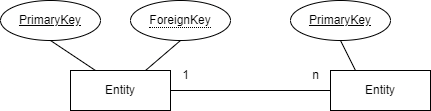
LakayFTW/exam-prep-fiae-2023 keeps this draw.io diagram as img/ERM/OneToMany.png. Above is the earlier version. Source tidied: cells renumbered, new cells last; positions are measured from the earlier drawing's top-left corner, leaving out a move shared by most shapes. The source it was exported from:
```xml
<mxGraphModel>
  <root>
    <mxCell id="0" />
    <mxCell id="1" parent="0" />
    <mxCell id="2" value="Entity" style="whiteSpace=wrap;html=1;align=center;" parent="1" vertex="1">
      <mxGeometry x="70" y="70" width="100" height="40" as="geometry" />
    </mxCell>
    <mxCell id="3" style="rounded=0;jettySize=auto;html=1;exitX=0.5;exitY=1;exitDx=0;exitDy=0;entryX=0.25;entryY=0;entryDx=0;entryDy=0;endArrow=none;endFill=0;" parent="1" edge="1" source="4" target="2">
      <mxGeometry relative="1" as="geometry" />
    </mxCell>
    <mxCell id="4" value="PrimaryKey" style="ellipse;whiteSpace=wrap;html=1;align=center;fontStyle=4;" parent="1" vertex="1">
      <mxGeometry width="100" height="40" as="geometry" />
    </mxCell>
    <mxCell id="5" style="rounded=0;jettySize=auto;html=1;exitX=0.5;exitY=1;exitDx=0;exitDy=0;entryX=0.75;entryY=0;entryDx=0;entryDy=0;endArrow=none;endFill=0;" parent="1" edge="1" source="6" target="2">
      <mxGeometry relative="1" as="geometry" />
    </mxCell>
    <mxCell id="6" value="&lt;span style=&quot;border-bottom: 1px dotted&quot;&gt;ForeignKey&lt;/span&gt;" style="ellipse;whiteSpace=wrap;html=1;align=center;" parent="1" vertex="1">
      <mxGeometry x="130" width="100" height="40" as="geometry" />
    </mxCell>
    <mxCell id="7" value="Entity" style="whiteSpace=wrap;html=1;align=center;" parent="1" vertex="1">
      <mxGeometry x="330" y="70" width="100" height="40" as="geometry" />
    </mxCell>
    <mxCell id="8" style="rounded=0;jettySize=auto;html=1;exitX=0.5;exitY=1;exitDx=0;exitDy=0;entryX=0.25;entryY=0;entryDx=0;entryDy=0;endArrow=none;endFill=0;" parent="1" edge="1" source="12" target="7">
      <mxGeometry relative="1" as="geometry" />
    </mxCell>
    <mxCell id="9" style="endArrow=none;html=1;rounded=0;" parent="1" edge="1" source="2" target="7">
      <mxGeometry relative="1" as="geometry" />
    </mxCell>
    <mxCell id="10" value="1" style="text;html=1;align=center;verticalAlign=middle;strokeColor=none;fillColor=none;" parent="1" vertex="1">
      <mxGeometry x="170" y="60" width="30" height="30" as="geometry" />
    </mxCell>
    <mxCell id="11" value="n" style="text;html=1;align=center;verticalAlign=middle;strokeColor=none;fillColor=none;" parent="1" vertex="1">
      <mxGeometry x="300" y="60" width="30" height="30" as="geometry" />
    </mxCell>
    <mxCell id="12" value="PrimaryKey" style="ellipse;whiteSpace=wrap;html=1;align=center;fontStyle=4;" parent="1" vertex="1">
      <mxGeometry x="290" width="100" height="40" as="geometry" />
    </mxCell>
  </root>
</mxGraphModel>
```
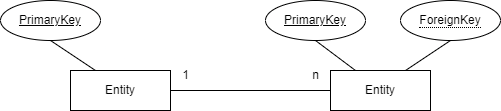
The same diagram one commit later.

What changed in the source:
```diff
@@ -11,11 +11,11 @@
     <mxCell id="4" value="PrimaryKey" style="ellipse;whiteSpace=wrap;html=1;align=center;fontStyle=4;" parent="1" vertex="1">
       <mxGeometry width="100" height="40" as="geometry" />
     </mxCell>
-    <mxCell id="5" style="rounded=0;jettySize=auto;html=1;exitX=0.5;exitY=1;exitDx=0;exitDy=0;entryX=0.75;entryY=0;entryDx=0;entryDy=0;endArrow=none;endFill=0;" parent="1" edge="1" source="6" target="2">
+    <mxCell id="5" style="rounded=0;jettySize=auto;html=1;exitX=0.5;exitY=1;exitDx=0;exitDy=0;entryX=0.75;entryY=0;entryDx=0;entryDy=0;endArrow=none;endFill=0;" parent="1" edge="1" source="6" target="7">
       <mxGeometry relative="1" as="geometry" />
     </mxCell>
     <mxCell id="6" value="&lt;span style=&quot;border-bottom: 1px dotted&quot;&gt;ForeignKey&lt;/span&gt;" style="ellipse;whiteSpace=wrap;html=1;align=center;" parent="1" vertex="1">
-      <mxGeometry x="130" width="100" height="40" as="geometry" />
+      <mxGeometry x="400" width="100" height="40" as="geometry" />
     </mxCell>
     <mxCell id="7" value="Entity" style="whiteSpace=wrap;html=1;align=center;" parent="1" vertex="1">
       <mxGeometry x="330" y="70" width="100" height="40" as="geometry" />
@@ -33,7 +33,7 @@
       <mxGeometry x="300" y="60" width="30" height="30" as="geometry" />
     </mxCell>
     <mxCell id="12" value="PrimaryKey" style="ellipse;whiteSpace=wrap;html=1;align=center;fontStyle=4;" parent="1" vertex="1">
-      <mxGeometry x="290" width="100" height="40" as="geometry" />
+      <mxGeometry x="265" width="100" height="40" as="geometry" />
     </mxCell>
   </root>
 </mxGraphModel>
```
